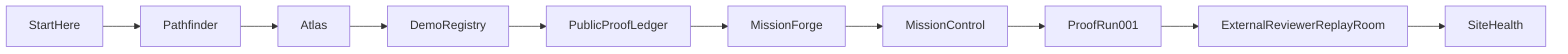
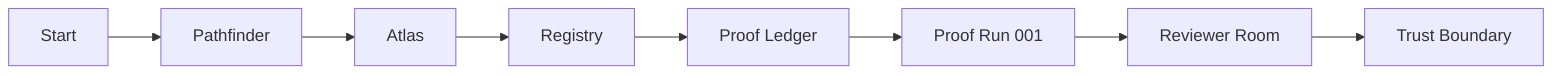
flowchart LR
-   StartHere-->Pathfinder-->Atlas-->DemoRegistry-->PublicProofLedger-->MissionForge-->MissionControl-->ProofRun001-->ExternalReviewerReplayRoom-->SiteHealth
+   n0["Start"] --> n1["Pathfinder"]
+   n1["Pathfinder"] --> n2["Atlas"]
+   n2["Atlas"] --> n3["Registry"]
+   n3["Registry"] --> n4["Proof Ledger"]
+   n4["Proof Ledger"] --> n5["Proof Run 001"]
+   n5["Proof Run 001"] --> n6["Reviewer Room"]
+   n6["Reviewer Room"] --> n7["Trust Boundary"]
